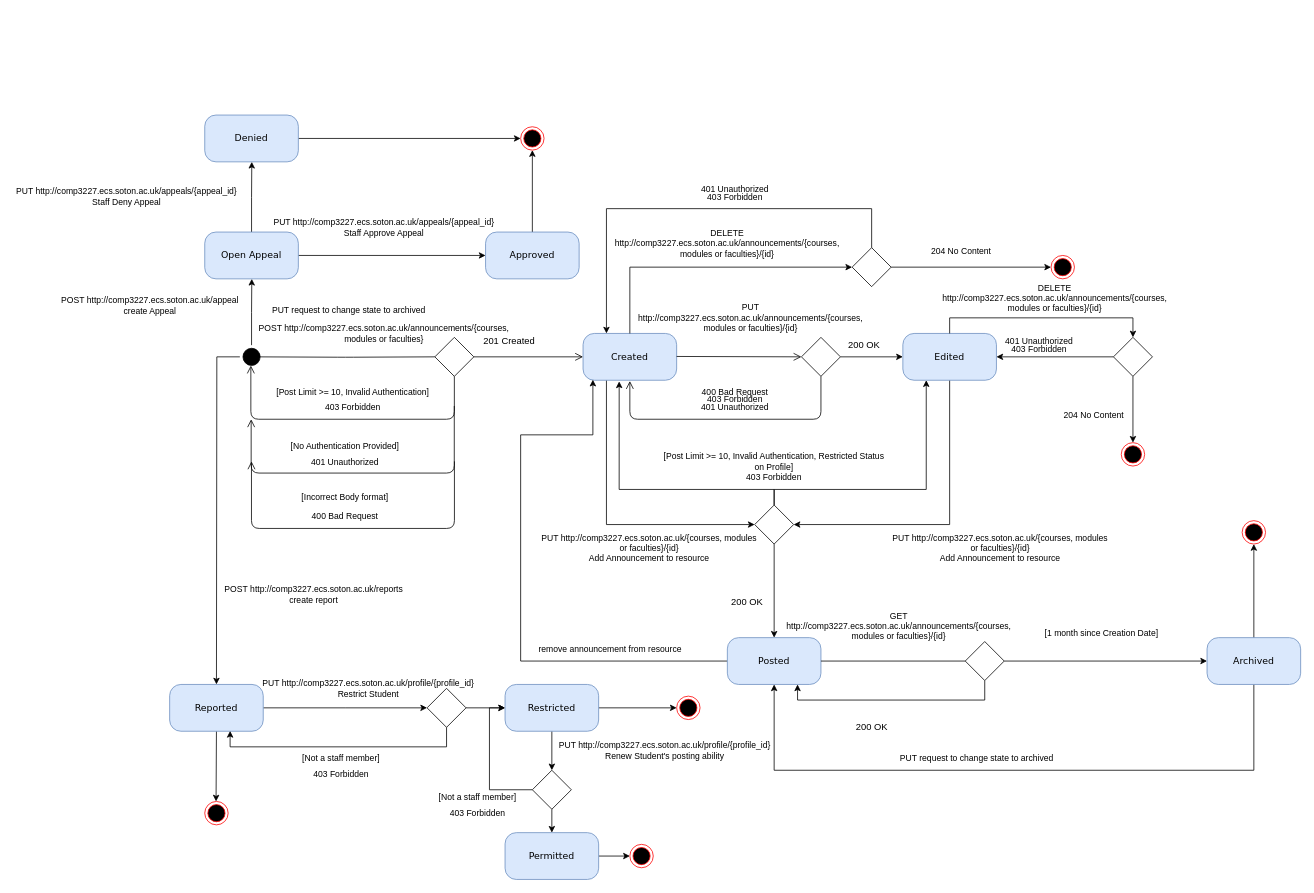
Above: State machine.drawio in hay1g21/RestAPI-Extension (draw.io), before the change. Source tidied: cells renumbered, new cells numbered last; positions are measured from the earlier drawing's top-left corner, leaving out a move shared by most shapes. Both pictures are drawn from the tidied source at 78%, with x=0, y=0 at pixel (13, 115).
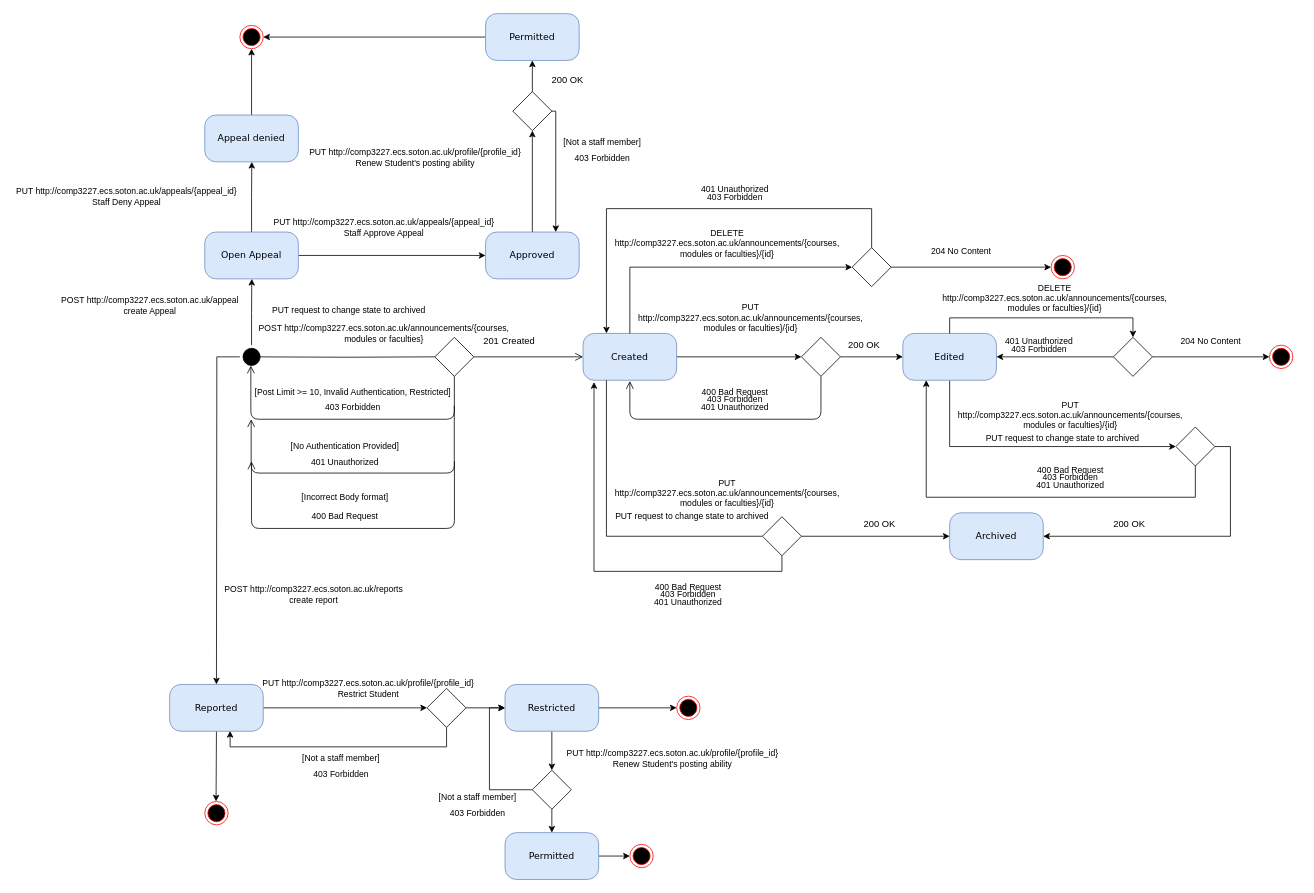
The same page after the edit.

Unchanged cells that the change refers to:
```xml
<mxCell id="6" value="Created" style="rounded=1;whiteSpace=wrap;html=1;arcSize=24;fillColor=#dae8fc;strokeColor=#6c8ebf;shadow=0;comic=0;labelBackgroundColor=none;fontFamily=Verdana;fontSize=12;align=center;" parent="1" vertex="1">
  <mxGeometry x="730" y="280" width="120" height="60" as="geometry" />
</mxCell>
<mxCell id="12" value="Edited" style="rounded=1;whiteSpace=wrap;html=1;arcSize=24;fillColor=#dae8fc;strokeColor=#6c8ebf;shadow=0;comic=0;labelBackgroundColor=none;fontFamily=Verdana;fontSize=12;align=center;" parent="1" vertex="1">
  <mxGeometry x="1140" y="280" width="120" height="60" as="geometry" />
</mxCell>
<mxCell id="30" style="rhombus;whiteSpace=wrap;html=1;" parent="1" vertex="1">
  <mxGeometry x="1010" y="285" width="50" height="50" as="geometry" />
</mxCell>
<mxCell id="70" value="Approved" style="rounded=1;whiteSpace=wrap;html=1;arcSize=24;fillColor=#dae8fc;strokeColor=#6c8ebf;shadow=0;comic=0;labelBackgroundColor=none;fontFamily=Verdana;fontSize=12;align=center;" parent="1" vertex="1">
  <mxGeometry x="605" y="150" width="120" height="60" as="geometry" />
</mxCell>
<mxCell id="98" style="rhombus;whiteSpace=wrap;html=1;" parent="1" vertex="1">
  <mxGeometry x="1410" y="285" width="50" height="50" as="geometry" />
</mxCell>
```

Diff of the diagram source:
```diff
@@
-    <mxCell id="5" style="edgeStyle=orthogonalEdgeStyle;rounded=0;jettySize=auto;html=1;exitX=0.25;exitY=1;exitDx=0;exitDy=0;entryX=0;entryY=0.5;entryDx=0;entryDy=0;" parent="1" edge="1" source="6" target="42">
-      <mxGeometry relative="1" as="geometry">
-        <Array as="points">
-          <mxPoint x="760" y="525" />
-        </Array>
-      </mxGeometry>
-    </mxCell>
+    <mxCell id="111" style="edgeStyle=orthogonalEdgeStyle;rounded=0;jettySize=auto;html=1;exitX=1;exitY=0.5;exitDx=0;exitDy=0;entryX=0;entryY=0.5;entryDx=0;entryDy=0;" parent="1" edge="1" source="6" target="30">
+      <mxGeometry relative="1" as="geometry" />
+    </mxCell>
@@
-    <mxCell id="11" style="edgeStyle=orthogonalEdgeStyle;rounded=0;jettySize=auto;html=1;exitX=0.5;exitY=1;exitDx=0;exitDy=0;entryX=1;entryY=0.5;entryDx=0;entryDy=0;" parent="1" edge="1" source="12" target="42">
-      <mxGeometry relative="1" as="geometry">
-        <Array as="points">
-          <mxPoint x="1200" y="525" />
-        </Array>
-      </mxGeometry>
-    </mxCell>
+    <mxCell id="112" style="edgeStyle=orthogonalEdgeStyle;rounded=0;jettySize=auto;html=1;exitX=0.5;exitY=1;exitDx=0;exitDy=0;entryX=0;entryY=0.5;entryDx=0;entryDy=0;" parent="1" edge="1" source="12" target="117">
+      <mxGeometry relative="1" as="geometry" />
+    </mxCell>
@@
-    <mxCell id="13" style="edgeStyle=orthogonalEdgeStyle;rounded=0;jettySize=auto;html=1;exitX=0;exitY=0.5;exitDx=0;exitDy=0;entryX=0.105;entryY=0.989;entryDx=0;entryDy=0;entryPerimeter=0;" parent="1" edge="1" source="15" target="6">
-      <mxGeometry relative="1" as="geometry">
-        <Array as="points">
-          <mxPoint x="650" y="700" />
-          <mxPoint x="650" y="410" />
-          <mxPoint x="743" y="410" />
-        </Array>
-      </mxGeometry>
-    </mxCell>
-    <mxCell id="14" style="edgeStyle=orthogonalEdgeStyle;rounded=0;jettySize=auto;html=1;exitX=1;exitY=0.5;exitDx=0;exitDy=0;entryX=0;entryY=0.5;entryDx=0;entryDy=0;startArrow=none;" parent="1" edge="1" source="52" target="18">
-      <mxGeometry relative="1" as="geometry" />
-    </mxCell>
-    <mxCell id="15" value="Posted" style="rounded=1;whiteSpace=wrap;html=1;arcSize=24;fillColor=#dae8fc;strokeColor=#6c8ebf;shadow=0;comic=0;labelBackgroundColor=none;fontFamily=Verdana;fontSize=12;align=center;" parent="1" vertex="1">
-      <mxGeometry x="915" y="670" width="120" height="60" as="geometry" />
-    </mxCell>
-    <mxCell id="16" style="edgeStyle=orthogonalEdgeStyle;rounded=0;jettySize=auto;html=1;exitX=0.5;exitY=0;exitDx=0;exitDy=0;entryX=0.5;entryY=1;entryDx=0;entryDy=0;" parent="1" edge="1" source="18" target="55">
-      <mxGeometry relative="1" as="geometry" />
-    </mxCell>
-    <mxCell id="17" style="edgeStyle=orthogonalEdgeStyle;rounded=0;jettySize=auto;html=1;exitX=0.5;exitY=1;exitDx=0;exitDy=0;entryX=0.5;entryY=1;entryDx=0;entryDy=0;" parent="1" edge="1" source="18" target="15">
-      <mxGeometry relative="1" as="geometry">
-        <Array as="points">
-          <mxPoint x="1590" y="840" />
-          <mxPoint x="975" y="840" />
-        </Array>
-      </mxGeometry>
-    </mxCell>
     <mxCell id="18" value="Archived" style="rounded=1;whiteSpace=wrap;html=1;arcSize=24;fillColor=#dae8fc;strokeColor=#6c8ebf;shadow=0;comic=0;labelBackgroundColor=none;fontFamily=Verdana;fontSize=12;align=center;" parent="1" vertex="1">
-      <mxGeometry x="1530" y="670" width="120" height="60" as="geometry" />
+      <mxGeometry x="1200" y="510" width="120" height="60" as="geometry" />
     </mxCell>
@@
-    <mxCell id="21" value="[Post Limit &amp;gt;= 10, Invalid Authentication]" style="text;html=1;strokeColor=none;fillColor=none;align=center;verticalAlign=middle;whiteSpace=wrap;rounded=0;fontSize=11;" parent="1" vertex="1">
+    <mxCell id="21" value="[Post Limit &amp;gt;= 10, Invalid Authentication, Restricted]" style="text;html=1;strokeColor=none;fillColor=none;align=center;verticalAlign=middle;whiteSpace=wrap;rounded=0;fontSize=11;" parent="1" vertex="1">
       <mxGeometry x="290" y="340" width="290" height="30" as="geometry" />
     </mxCell>
@@
-    <mxCell id="31" style="edgeStyle=orthogonalEdgeStyle;html=1;labelBackgroundColor=none;endArrow=open;endSize=8;strokeColor=#000000;fontFamily=Verdana;fontSize=12;align=left;startArrow=none;entryX=0;entryY=0.5;entryDx=0;entryDy=0;" parent="1" edge="1" target="30">
-      <mxGeometry relative="1" as="geometry">
-        <mxPoint x="850" y="309.5" as="sourcePoint" />
-      </mxGeometry>
-    </mxCell>
@@
-    <mxCell id="39" style="edgeStyle=orthogonalEdgeStyle;rounded=0;jettySize=auto;html=1;exitX=0.5;exitY=0;exitDx=0;exitDy=0;entryX=0.386;entryY=1.025;entryDx=0;entryDy=0;entryPerimeter=0;" parent="1" edge="1" source="42" target="6">
-      <mxGeometry relative="1" as="geometry">
-        <Array as="points">
-          <mxPoint x="975" y="480" />
-          <mxPoint x="776" y="480" />
-        </Array>
-      </mxGeometry>
-    </mxCell>
-    <mxCell id="40" style="edgeStyle=orthogonalEdgeStyle;rounded=0;jettySize=auto;html=1;exitX=0.5;exitY=0;exitDx=0;exitDy=0;entryX=0.25;entryY=1;entryDx=0;entryDy=0;" parent="1" edge="1" source="42" target="12">
-      <mxGeometry relative="1" as="geometry">
-        <Array as="points">
-          <mxPoint x="975" y="480" />
-          <mxPoint x="1170" y="480" />
-        </Array>
-      </mxGeometry>
-    </mxCell>
-    <mxCell id="41" style="edgeStyle=orthogonalEdgeStyle;rounded=0;jettySize=auto;html=1;exitX=0.5;exitY=1;exitDx=0;exitDy=0;" parent="1" edge="1" source="42" target="15">
-      <mxGeometry relative="1" as="geometry" />
-    </mxCell>
-    <mxCell id="42" style="rhombus;whiteSpace=wrap;html=1;" parent="1" vertex="1">
-      <mxGeometry x="950" y="500" width="50" height="50" as="geometry" />
-    </mxCell>
-    <mxCell id="43" value="PUT http://comp3227.ecs.soton.ac.uk/{courses, modules or faculties}/{id}&lt;br&gt;Add Announcement to resource" style="text;html=1;strokeColor=none;fillColor=none;align=center;verticalAlign=middle;whiteSpace=wrap;rounded=0;fontSize=11;" parent="1" vertex="1">
-      <mxGeometry x="670" y="540" width="290" height="30" as="geometry" />
-    </mxCell>
-    <mxCell id="44" value="PUT http://comp3227.ecs.soton.ac.uk/{courses, modules or faculties}/{id}&lt;br&gt;Add Announcement to resource" style="text;html=1;strokeColor=none;fillColor=none;align=center;verticalAlign=middle;whiteSpace=wrap;rounded=0;fontSize=11;" parent="1" vertex="1">
-      <mxGeometry x="1120" y="540" width="290" height="30" as="geometry" />
-    </mxCell>
-    <mxCell id="45" value="[Post Limit &amp;gt;= 10, Invalid Authentication, Restricted Status on Profile]" style="text;html=1;strokeColor=none;fillColor=none;align=center;verticalAlign=middle;whiteSpace=wrap;rounded=0;fontSize=11;" parent="1" vertex="1">
-      <mxGeometry x="830" y="430" width="290" height="30" as="geometry" />
-    </mxCell>
-    <mxCell id="46" value="403 Forbidden" style="text;html=1;strokeColor=none;fillColor=none;align=center;verticalAlign=middle;whiteSpace=wrap;rounded=0;fontSize=11;" parent="1" vertex="1">
-      <mxGeometry x="920" y="450" width="110" height="30" as="geometry" />
-    </mxCell>
-    <mxCell id="47" value="200 OK" style="text;html=1;align=center;verticalAlign=middle;strokeColor=none;fillColor=none;" parent="1" vertex="1">
-      <mxGeometry x="910" y="610" width="60" height="30" as="geometry" />
-    </mxCell>
-    <mxCell id="48" value="remove announcement from resource" style="text;html=1;strokeColor=none;fillColor=none;align=center;verticalAlign=middle;whiteSpace=wrap;rounded=0;fontSize=11;" parent="1" vertex="1">
-      <mxGeometry x="620" y="670" width="290" height="30" as="geometry" />
-    </mxCell>
-    <mxCell id="49" value="GET http://comp3227.ecs.soton.ac.uk/announcements/{courses, modules or faculties}/{id}" style="text;html=1;strokeColor=none;fillColor=none;align=center;verticalAlign=middle;whiteSpace=wrap;rounded=0;fontSize=11;" parent="1" vertex="1">
-      <mxGeometry x="990" y="640" width="290" height="30" as="geometry" />
-    </mxCell>
-    <mxCell id="50" style="edgeStyle=orthogonalEdgeStyle;rounded=0;jettySize=auto;html=1;exitX=1;exitY=0.5;exitDx=0;exitDy=0;entryX=0;entryY=0.5;entryDx=0;entryDy=0;endArrow=none;" parent="1" edge="1" source="15" target="52">
+    <mxCell id="50" style="edgeStyle=orthogonalEdgeStyle;rounded=0;jettySize=auto;html=1;exitX=0.25;exitY=1;exitDx=0;exitDy=0;entryX=0;entryY=0.5;entryDx=0;entryDy=0;endArrow=none;" parent="1" edge="1" source="6" target="52">
       <mxGeometry relative="1" as="geometry" />
     </mxCell>
-    <mxCell id="51" style="edgeStyle=orthogonalEdgeStyle;rounded=0;jettySize=auto;html=1;exitX=0.5;exitY=1;exitDx=0;exitDy=0;entryX=0.75;entryY=1;entryDx=0;entryDy=0;" parent="1" edge="1" source="52" target="15">
-      <mxGeometry relative="1" as="geometry" />
-    </mxCell>
+    <mxCell id="14" style="edgeStyle=orthogonalEdgeStyle;rounded=0;jettySize=auto;html=1;exitX=1;exitY=0.5;exitDx=0;exitDy=0;entryX=0;entryY=0.5;entryDx=0;entryDy=0;" parent="1" edge="1" source="52" target="18">
+      <mxGeometry relative="1" as="geometry" />
+    </mxCell>
     <mxCell id="52" style="rhombus;whiteSpace=wrap;html=1;" parent="1" vertex="1">
-      <mxGeometry x="1220" y="675" width="50" height="50" as="geometry" />
+      <mxGeometry x="960" y="515" width="50" height="50" as="geometry" />
     </mxCell>
-    <mxCell id="53" value="200 OK" style="text;html=1;align=center;verticalAlign=middle;strokeColor=none;fillColor=none;" parent="1" vertex="1">
-      <mxGeometry x="1070" y="770" width="60" height="30" as="geometry" />
-    </mxCell>
-    <mxCell id="54" value="[1 month since Creation Date]" style="text;html=1;strokeColor=none;fillColor=none;align=center;verticalAlign=middle;whiteSpace=wrap;rounded=0;fontSize=11;" parent="1" vertex="1">
-      <mxGeometry x="1250" y="650" width="290" height="30" as="geometry" />
-    </mxCell>
-    <mxCell id="55" style="ellipse;html=1;shape=endState;fillColor=#000000;strokeColor=#ff0000;" parent="1" vertex="1">
-      <mxGeometry x="1575" y="520" width="30" height="30" as="geometry" />
-    </mxCell>
@@
     <mxCell id="61" value="PUT request to change state to archived" style="text;html=1;strokeColor=none;fillColor=none;align=center;verticalAlign=middle;whiteSpace=wrap;rounded=0;fontSize=11;" parent="1" vertex="1">
-      <mxGeometry x="1090" y="810" width="290" height="30" as="geometry" />
+      <mxGeometry x="725" y="500" width="290" height="30" as="geometry" />
     </mxCell>
@@
-    <mxCell id="66" style="edgeStyle=orthogonalEdgeStyle;rounded=0;jettySize=auto;html=1;exitX=1;exitY=0.5;exitDx=0;exitDy=0;" parent="1" edge="1" source="67" target="71">
-      <mxGeometry relative="1" as="geometry" />
-    </mxCell>
+    <mxCell id="113" style="edgeStyle=orthogonalEdgeStyle;rounded=0;jettySize=auto;html=1;exitX=0.5;exitY=0;exitDx=0;exitDy=0;entryX=0.5;entryY=1;entryDx=0;entryDy=0;" parent="1" edge="1" source="67" target="129">
+      <mxGeometry relative="1" as="geometry" />
+    </mxCell>
-    <mxCell id="67" value="Denied" style="rounded=1;whiteSpace=wrap;html=1;arcSize=24;fillColor=#dae8fc;strokeColor=#6c8ebf;shadow=0;comic=0;labelBackgroundColor=none;fontFamily=Verdana;fontSize=12;align=center;" parent="1" vertex="1">
+    <mxCell id="67" value="Appeal denied" style="rounded=1;whiteSpace=wrap;html=1;arcSize=24;fillColor=#dae8fc;strokeColor=#6c8ebf;shadow=0;comic=0;labelBackgroundColor=none;fontFamily=Verdana;fontSize=12;align=center;" parent="1" vertex="1">
       <mxGeometry x="245" width="120" height="60" as="geometry" />
     </mxCell>
-    <mxCell id="68" style="edgeStyle=orthogonalEdgeStyle;rounded=0;jettySize=auto;html=1;exitX=0.5;exitY=0;exitDx=0;exitDy=0;entryX=0.5;entryY=1;entryDx=0;entryDy=0;" parent="1" edge="1" source="70" target="71">
+    <mxCell id="68" style="edgeStyle=orthogonalEdgeStyle;rounded=0;jettySize=auto;html=1;exitX=0.5;exitY=0;exitDx=0;exitDy=0;entryX=0.5;entryY=1;entryDx=0;entryDy=0;" parent="1" edge="1" source="70" target="135">
       <mxGeometry relative="1" as="geometry" />
     </mxCell>
@@
-    <mxCell id="71" style="ellipse;html=1;shape=endState;fillColor=#000000;strokeColor=#ff0000;" parent="1" vertex="1">
-      <mxGeometry x="650" y="15" width="30" height="30" as="geometry" />
-    </mxCell>
@@
     <mxCell id="88" value="PUT http://comp3227.ecs.soton.ac.uk/profile/{profile_id}&lt;br&gt;Renew Student's posting ability" style="text;html=1;strokeColor=none;fillColor=none;align=center;verticalAlign=middle;whiteSpace=wrap;rounded=0;fontSize=11;" parent="1" vertex="1">
-      <mxGeometry x="690" y="800" width="290" height="30" as="geometry" />
+      <mxGeometry x="370" y="40" width="290" height="30" as="geometry" />
     </mxCell>
@@
-    <mxCell id="97" style="edgeStyle=orthogonalEdgeStyle;rounded=0;jettySize=auto;html=1;exitX=0.5;exitY=1;exitDx=0;exitDy=0;entryX=0.5;entryY=0;entryDx=0;entryDy=0;" parent="1" edge="1" source="98" target="106">
+    <mxCell id="97" style="edgeStyle=orthogonalEdgeStyle;rounded=0;jettySize=auto;html=1;exitX=1;exitY=0.5;exitDx=0;exitDy=0;entryX=0;entryY=0.5;entryDx=0;entryDy=0;" parent="1" edge="1" source="98" target="106">
       <mxGeometry relative="1" as="geometry" />
     </mxCell>
@@
     <mxCell id="106" style="ellipse;html=1;shape=endState;fillColor=#000000;strokeColor=#ff0000;" parent="1" vertex="1">
-      <mxGeometry x="1420" y="420" width="30" height="30" as="geometry" />
+      <mxGeometry x="1610" y="295" width="30" height="30" as="geometry" />
     </mxCell>
     <mxCell id="107" value="204 No Content" style="text;html=1;strokeColor=none;fillColor=none;align=center;verticalAlign=middle;whiteSpace=wrap;rounded=0;fontSize=11;" parent="1" vertex="1">
-      <mxGeometry x="1330" y="370" width="110" height="30" as="geometry" />
+      <mxGeometry x="1480" y="275" width="110" height="30" as="geometry" />
     </mxCell>
@@
+    <mxCell id="114" style="edgeStyle=orthogonalEdgeStyle;rounded=0;jettySize=auto;html=1;exitX=0.5;exitY=1;exitDx=0;exitDy=0;entryX=0.117;entryY=1.039;entryDx=0;entryDy=0;entryPerimeter=0;" parent="1" edge="1" source="52" target="6">
+      <mxGeometry relative="1" as="geometry" />
+    </mxCell>
+    <mxCell id="115" style="edgeStyle=orthogonalEdgeStyle;rounded=0;jettySize=auto;html=1;exitX=0.5;exitY=1;exitDx=0;exitDy=0;entryX=0.25;entryY=1;entryDx=0;entryDy=0;" parent="1" edge="1" source="117" target="12">
+      <mxGeometry relative="1" as="geometry">
+        <Array as="points">
+          <mxPoint x="1515" y="490" />
+          <mxPoint x="1170" y="490" />
+        </Array>
+      </mxGeometry>
+    </mxCell>
+    <mxCell id="116" style="edgeStyle=orthogonalEdgeStyle;rounded=0;jettySize=auto;html=1;exitX=1;exitY=0.5;exitDx=0;exitDy=0;entryX=1;entryY=0.5;entryDx=0;entryDy=0;" parent="1" edge="1" source="117" target="18">
+      <mxGeometry relative="1" as="geometry" />
+    </mxCell>
+    <mxCell id="117" style="rhombus;whiteSpace=wrap;html=1;" parent="1" vertex="1">
+      <mxGeometry x="1490" y="400" width="50" height="50" as="geometry" />
+    </mxCell>
+    <mxCell id="118" value="200 OK" style="text;html=1;align=center;verticalAlign=middle;strokeColor=none;fillColor=none;" parent="1" vertex="1">
+      <mxGeometry x="1080" y="510" width="60" height="30" as="geometry" />
+    </mxCell>
+    <mxCell id="119" value="PUT http://comp3227.ecs.soton.ac.uk/announcements/{courses, modules or faculties}/{id}&lt;br&gt;" style="text;html=1;strokeColor=none;fillColor=none;align=center;verticalAlign=middle;whiteSpace=wrap;rounded=0;fontSize=11;" parent="1" vertex="1">
+      <mxGeometry x="770" y="470" width="290" height="30" as="geometry" />
+    </mxCell>
+    <mxCell id="120" value="400 Bad Request" style="text;html=1;strokeColor=none;fillColor=none;align=center;verticalAlign=middle;whiteSpace=wrap;rounded=0;fontSize=11;" parent="1" vertex="1">
+      <mxGeometry x="810" y="590" width="110" height="30" as="geometry" />
+    </mxCell>
+    <mxCell id="121" value="401 Unauthorized" style="text;html=1;strokeColor=none;fillColor=none;align=center;verticalAlign=middle;whiteSpace=wrap;rounded=0;fontSize=11;" parent="1" vertex="1">
+      <mxGeometry x="810" y="610" width="110" height="30" as="geometry" />
+    </mxCell>
+    <mxCell id="122" value="403 Forbidden" style="text;html=1;strokeColor=none;fillColor=none;align=center;verticalAlign=middle;whiteSpace=wrap;rounded=0;fontSize=11;" parent="1" vertex="1">
+      <mxGeometry x="810" y="600" width="110" height="30" as="geometry" />
+    </mxCell>
+    <mxCell id="123" value="PUT request to change state to archived" style="text;html=1;strokeColor=none;fillColor=none;align=center;verticalAlign=middle;whiteSpace=wrap;rounded=0;fontSize=11;" parent="1" vertex="1">
+      <mxGeometry x="1200" y="400" width="290" height="30" as="geometry" />
+    </mxCell>
+    <mxCell id="124" value="PUT http://comp3227.ecs.soton.ac.uk/announcements/{courses, modules or faculties}/{id}&lt;br&gt;" style="text;html=1;strokeColor=none;fillColor=none;align=center;verticalAlign=middle;whiteSpace=wrap;rounded=0;fontSize=11;" parent="1" vertex="1">
+      <mxGeometry x="1210" y="370" width="290" height="30" as="geometry" />
+    </mxCell>
+    <mxCell id="125" value="400 Bad Request" style="text;html=1;strokeColor=none;fillColor=none;align=center;verticalAlign=middle;whiteSpace=wrap;rounded=0;fontSize=11;" parent="1" vertex="1">
+      <mxGeometry x="1300" y="440" width="110" height="30" as="geometry" />
+    </mxCell>
+    <mxCell id="126" value="401 Unauthorized" style="text;html=1;strokeColor=none;fillColor=none;align=center;verticalAlign=middle;whiteSpace=wrap;rounded=0;fontSize=11;" parent="1" vertex="1">
+      <mxGeometry x="1300" y="460" width="110" height="30" as="geometry" />
+    </mxCell>
+    <mxCell id="127" value="403 Forbidden" style="text;html=1;strokeColor=none;fillColor=none;align=center;verticalAlign=middle;whiteSpace=wrap;rounded=0;fontSize=11;" parent="1" vertex="1">
+      <mxGeometry x="1300" y="450" width="110" height="30" as="geometry" />
+    </mxCell>
+    <mxCell id="128" value="200 OK" style="text;html=1;align=center;verticalAlign=middle;strokeColor=none;fillColor=none;" parent="1" vertex="1">
+      <mxGeometry x="1400" y="510" width="60" height="30" as="geometry" />
+    </mxCell>
+    <mxCell id="129" style="ellipse;html=1;shape=endState;fillColor=#000000;strokeColor=#ff0000;" parent="1" vertex="1">
+      <mxGeometry x="290" y="-115" width="30" height="30" as="geometry" />
+    </mxCell>
+    <mxCell id="130" value="PUT http://comp3227.ecs.soton.ac.uk/profile/{profile_id}&lt;br&gt;Renew Student's posting ability" style="text;html=1;strokeColor=none;fillColor=none;align=center;verticalAlign=middle;whiteSpace=wrap;rounded=0;fontSize=11;" parent="1" vertex="1">
+      <mxGeometry x="700" y="810" width="290" height="30" as="geometry" />
+    </mxCell>
+    <mxCell id="131" style="edgeStyle=orthogonalEdgeStyle;rounded=0;jettySize=auto;html=1;exitX=0;exitY=0.5;exitDx=0;exitDy=0;entryX=1;entryY=0.5;entryDx=0;entryDy=0;" parent="1" edge="1" source="132" target="129">
+      <mxGeometry relative="1" as="geometry" />
+    </mxCell>
+    <mxCell id="132" value="Permitted" style="rounded=1;whiteSpace=wrap;html=1;arcSize=24;fillColor=#dae8fc;strokeColor=#6c8ebf;shadow=0;comic=0;labelBackgroundColor=none;fontFamily=Verdana;fontSize=12;align=center;" parent="1" vertex="1">
+      <mxGeometry x="605" y="-130" width="120" height="60" as="geometry" />
+    </mxCell>
+    <mxCell id="133" style="edgeStyle=orthogonalEdgeStyle;rounded=0;jettySize=auto;html=1;exitX=1;exitY=0.5;exitDx=0;exitDy=0;entryX=0.75;entryY=0;entryDx=0;entryDy=0;" parent="1" edge="1" source="135" target="70">
+      <mxGeometry relative="1" as="geometry">
+        <Array as="points">
+          <mxPoint x="695" y="-5" />
+        </Array>
+      </mxGeometry>
+    </mxCell>
+    <mxCell id="134" style="edgeStyle=orthogonalEdgeStyle;rounded=0;jettySize=auto;html=1;exitX=0.5;exitY=0;exitDx=0;exitDy=0;entryX=0.5;entryY=1;entryDx=0;entryDy=0;" parent="1" edge="1" source="135" target="132">
+      <mxGeometry relative="1" as="geometry" />
+    </mxCell>
+    <mxCell id="135" style="rhombus;whiteSpace=wrap;html=1;" parent="1" vertex="1">
+      <mxGeometry x="640" y="-30" width="50" height="50" as="geometry" />
+    </mxCell>
+    <mxCell id="136" value="403 Forbidden" style="text;html=1;strokeColor=none;fillColor=none;align=center;verticalAlign=middle;whiteSpace=wrap;rounded=0;fontSize=11;" parent="1" vertex="1">
+      <mxGeometry x="700" y="40" width="110" height="30" as="geometry" />
+    </mxCell>
+    <mxCell id="137" value="[Not a staff member]" style="text;html=1;strokeColor=none;fillColor=none;align=center;verticalAlign=middle;whiteSpace=wrap;rounded=0;fontSize=11;" parent="1" vertex="1">
+      <mxGeometry x="700" y="20" width="110" height="30" as="geometry" />
+    </mxCell>
+    <mxCell id="138" value="200 OK" style="text;html=1;align=center;verticalAlign=middle;strokeColor=none;fillColor=none;" parent="1" vertex="1">
+      <mxGeometry x="680" y="-60" width="60" height="30" as="geometry" />
+    </mxCell>
```
